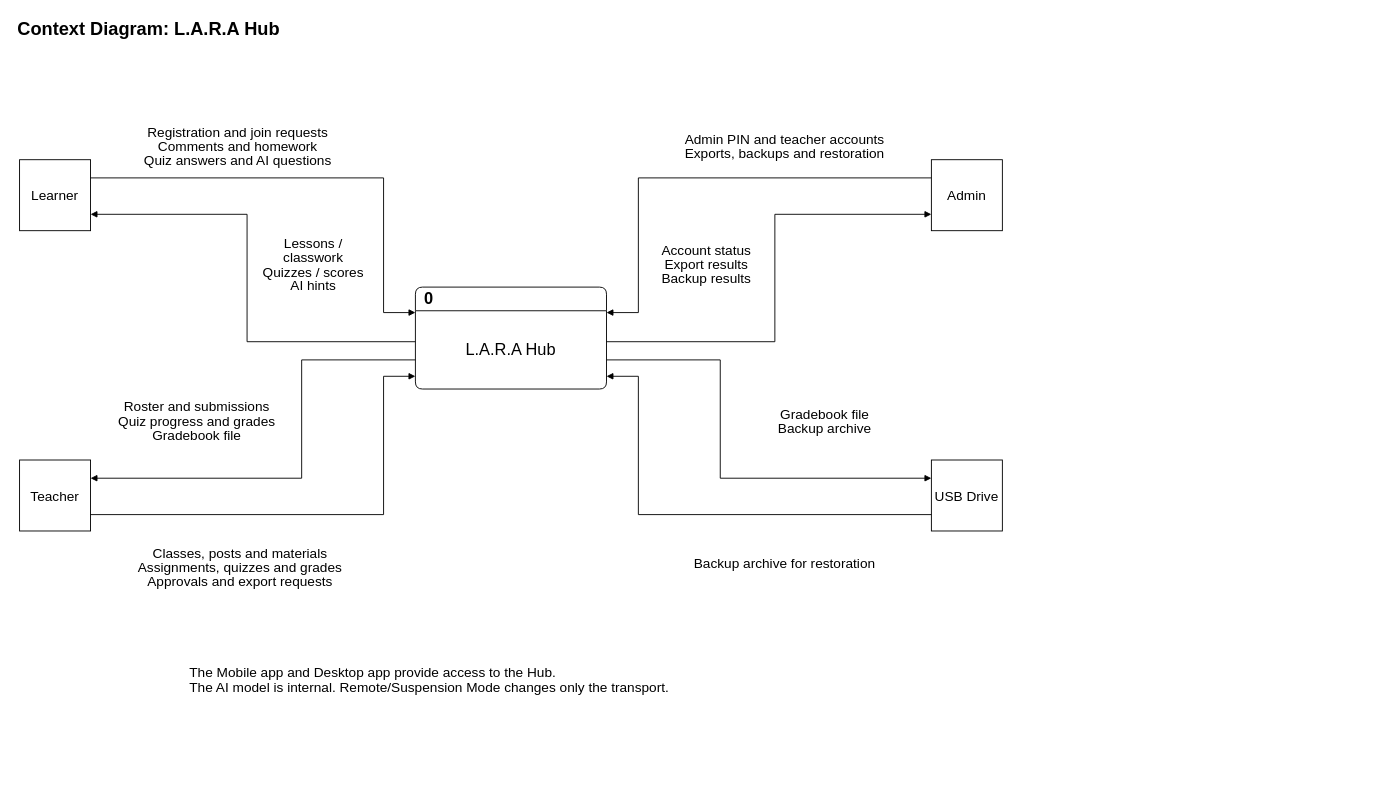
BootlegYouki/L.A.R.A keeps this draw.io diagram as docs/thesis/chapter-3/diagrams/context-diagram.drawio. Above is the earlier version. Source tidied: cells renumbered, new cells numbered last; positions are measured from the earlier drawing's top-left corner, leaving out a move shared by most shapes. Both pictures are drawn from the tidied source at 91%, with x=0, y=0 at pixel (15, 15).
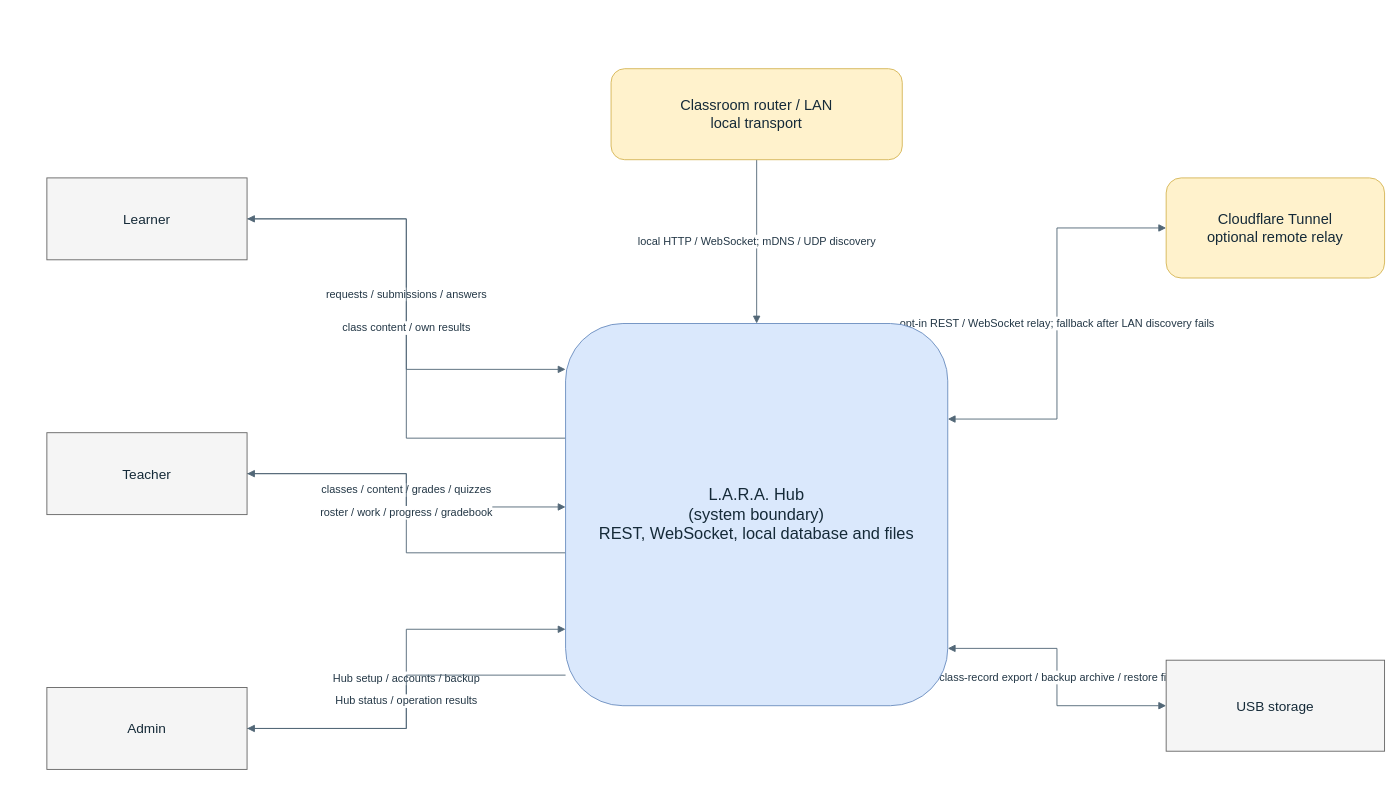
The same diagram, later.

What changed in the source:
```diff
@@
-<mxGraphModel background="#ffffff">
+<mxGraphModel>
@@
-    <mxCell id="2" value="&lt;div style=&quot;font-family:Arial;font-size:20px;line-height:1.05;&quot;&gt;Context Diagram: L.A.R.A Hub&lt;/div&gt;" style="html=1;whiteSpace=wrap;fontFamily=Arial;fontSize=20;fontColor=#000000;strokeColor=#000000;fillColor=#ffffff;text;strokeColor=none;fillColor=none;align=left;verticalAlign=middle;fontStyle=1;" parent="1" vertex="1">
-      <mxGeometry width="1088" height="30" as="geometry" />
-    </mxCell>
-    <mxCell id="3" value="&lt;div style=&quot;font-family:Arial;font-size:18px;line-height:1.05;&quot;&gt;0&lt;/div&gt;" style="html=1;whiteSpace=wrap;fontFamily=Arial;fontSize=18;fontColor=#000000;strokeColor=#000000;fillColor=#ffffff;swimlane;startSize=26;rounded=1;arcSize=10;align=left;spacingLeft=8;swimlaneFillColor=#ffffff;fontStyle=1;" parent="1" vertex="1">
-      <mxGeometry x="439" y="298" width="210" height="112" as="geometry" />
-    </mxCell>
-    <mxCell id="4" value="&lt;div style=&quot;font-family:Arial;font-size:18px;line-height:1.05;&quot;&gt;L.A.R.A Hub&lt;/div&gt;" style="html=1;whiteSpace=wrap;fontFamily=Arial;fontSize=18;fontColor=#000000;strokeColor=#000000;fillColor=#ffffff;text;strokeColor=none;fillColor=none;align=center;verticalAlign=middle;" parent="3" vertex="1">
-      <mxGeometry x="8" y="32" width="194" height="74" as="geometry" />
-    </mxCell>
+    <mxCell id="26" value="requests / submissions / answers" style="edgeStyle=orthogonalEdgeStyle;rounded=0;html=1;strokeColor=#526777;fontColor=#233746;fontSize=12;endArrow=block;endFill=1;labelBackgroundColor=#ffffff;exitX=1;exitY=0.5;entryX=0;entryY=0.12;" parent="1" edge="1" source="5" target="35">
+      <mxGeometry relative="1" as="geometry" />
+    </mxCell>
+    <mxCell id="27" value="class content / own results" style="edgeStyle=orthogonalEdgeStyle;rounded=0;html=1;strokeColor=#526777;fontColor=#233746;fontSize=12;endArrow=block;endFill=1;labelBackgroundColor=#ffffff;exitX=0;exitY=0.3;entryX=1;entryY=0.5;" parent="1" edge="1" source="35" target="5">
+      <mxGeometry relative="1" as="geometry" />
+    </mxCell>
+    <mxCell id="28" value="classes / content / grades / quizzes" style="edgeStyle=orthogonalEdgeStyle;rounded=0;html=1;strokeColor=#526777;fontColor=#233746;fontSize=12;endArrow=block;endFill=1;labelBackgroundColor=#ffffff;exitX=1;exitY=0.5;entryX=0;entryY=0.48;" parent="1" edge="1" source="6" target="35">
+      <mxGeometry relative="1" as="geometry" />
+    </mxCell>
+    <mxCell id="29" value="roster / work / progress / gradebook" style="edgeStyle=orthogonalEdgeStyle;rounded=0;html=1;strokeColor=#526777;fontColor=#233746;fontSize=12;endArrow=block;endFill=1;labelBackgroundColor=#ffffff;exitX=0;exitY=0.6;entryX=1;entryY=0.5;" parent="1" edge="1" source="35" target="6">
+      <mxGeometry relative="1" as="geometry" />
+    </mxCell>
+    <mxCell id="30" value="Hub setup / accounts / backup" style="edgeStyle=orthogonalEdgeStyle;rounded=0;html=1;strokeColor=#526777;fontColor=#233746;fontSize=12;endArrow=block;endFill=1;labelBackgroundColor=#ffffff;exitX=1;exitY=0.5;entryX=0;entryY=0.8;" parent="1" edge="1" source="7" target="35">
+      <mxGeometry relative="1" as="geometry" />
+    </mxCell>
+    <mxCell id="31" value="Hub status / operation results" style="edgeStyle=orthogonalEdgeStyle;rounded=0;html=1;strokeColor=#526777;fontColor=#233746;fontSize=12;endArrow=block;endFill=1;labelBackgroundColor=#ffffff;exitX=0;exitY=0.92;entryX=1;entryY=0.5;" parent="1" edge="1" source="35" target="7">
+      <mxGeometry relative="1" as="geometry" />
+    </mxCell>
+    <mxCell id="32" value="local HTTP / WebSocket; mDNS / UDP discovery" style="edgeStyle=orthogonalEdgeStyle;rounded=0;html=1;strokeColor=#526777;fontColor=#233746;fontSize=12;endArrow=block;endFill=1;labelBackgroundColor=#ffffff;exitX=0.5;exitY=1;entryX=0.5;entryY=0;" parent="1" edge="1" source="38" target="35">
+      <mxGeometry relative="1" as="geometry" />
+    </mxCell>
+    <mxCell id="33" value="opt-in REST / WebSocket relay; fallback after LAN discovery fails" style="edgeStyle=orthogonalEdgeStyle;rounded=0;html=1;strokeColor=#526777;fontColor=#233746;fontSize=12;startArrow=block;endArrow=block;startFill=1;endFill=1;labelBackgroundColor=#ffffff;exitX=0;exitY=0.5;entryX=1;entryY=0.25;" parent="1" edge="1" source="37" target="35">
+      <mxGeometry relative="1" as="geometry" />
+    </mxCell>
+    <mxCell id="34" value="class-record export / backup archive / restore file" style="edgeStyle=orthogonalEdgeStyle;rounded=0;html=1;strokeColor=#526777;fontColor=#233746;fontSize=12;startArrow=block;endArrow=block;startFill=1;endFill=1;labelBackgroundColor=#ffffff;exitX=1;exitY=0.85;entryX=0;entryY=0.5;" parent="1" edge="1" source="35" target="36">
+      <mxGeometry relative="1" as="geometry" />
+    </mxCell>
-    <mxCell id="5" value="&lt;div style=&quot;font-family:Arial;font-size:15px;line-height:1.05;&quot;&gt;Learner&lt;/div&gt;" style="html=1;whiteSpace=wrap;fontFamily=Arial;fontSize=15;fontColor=#000000;strokeColor=#000000;fillColor=#ffffff;rounded=0;align=center;verticalAlign=middle;" parent="1" vertex="1">
-      <mxGeometry x="4" y="158" width="78" height="78" as="geometry" />
+    <mxCell id="5" value="Learner" style="rounded=0;whiteSpace=wrap;html=1;fillColor=#f5f5f5;strokeColor=#666666;fontColor=#152a38;fontSize=15;align=center;verticalAlign=middle;spacing=6;" parent="1" vertex="1">
+      <mxGeometry x="34" y="178" width="220" height="90" as="geometry" />
     </mxCell>
-    <mxCell id="6" value="&lt;div style=&quot;font-family:Arial;font-size:15px;line-height:1.05;&quot;&gt;Teacher&lt;/div&gt;" style="html=1;whiteSpace=wrap;fontFamily=Arial;fontSize=15;fontColor=#000000;strokeColor=#000000;fillColor=#ffffff;rounded=0;align=center;verticalAlign=middle;" parent="1" vertex="1">
-      <mxGeometry x="4" y="488" width="78" height="78" as="geometry" />
+    <mxCell id="6" value="Teacher" style="rounded=0;whiteSpace=wrap;html=1;fillColor=#f5f5f5;strokeColor=#666666;fontColor=#152a38;fontSize=15;align=center;verticalAlign=middle;spacing=6;" parent="1" vertex="1">
+      <mxGeometry x="34" y="458" width="220" height="90" as="geometry" />
     </mxCell>
-    <mxCell id="7" value="&lt;div style=&quot;font-family:Arial;font-size:15px;line-height:1.05;&quot;&gt;Admin&lt;/div&gt;" style="html=1;whiteSpace=wrap;fontFamily=Arial;fontSize=15;fontColor=#000000;strokeColor=#000000;fillColor=#ffffff;rounded=0;align=center;verticalAlign=middle;" parent="1" vertex="1">
-      <mxGeometry x="1006" y="158" width="78" height="78" as="geometry" />
+    <mxCell id="7" value="Admin" style="rounded=0;whiteSpace=wrap;html=1;fillColor=#f5f5f5;strokeColor=#666666;fontColor=#152a38;fontSize=15;align=center;verticalAlign=middle;spacing=6;" parent="1" vertex="1">
+      <mxGeometry x="34" y="738" width="220" height="90" as="geometry" />
     </mxCell>
-    <mxCell id="8" value="&lt;div style=&quot;font-family:Arial;font-size:15px;line-height:1.05;&quot;&gt;USB Drive&lt;/div&gt;" style="html=1;whiteSpace=wrap;fontFamily=Arial;fontSize=15;fontColor=#000000;strokeColor=#000000;fillColor=#ffffff;rounded=0;align=center;verticalAlign=middle;" parent="1" vertex="1">
-      <mxGeometry x="1006" y="488" width="78" height="78" as="geometry" />
-    </mxCell>
-    <mxCell id="9" style="edgeStyle=none;noEdgeStyle=1;rounded=0;html=1;jettySize=auto;strokeColor=#000000;strokeWidth=1;fillColor=#ffffff;fontColor=#000000;fontFamily=Arial;fontSize=15;exitX=1;exitY=0.2564102564;entryX=0;entryY=0.25;exitPerimeter=0;entryPerimeter=0;startArrow=none;endArrow=block;endFill=1;startSize=5;endSize=5;" parent="1" edge="1" source="5" target="3">
-      <mxGeometry relative="1" as="geometry">
-        <Array as="points">
-          <mxPoint x="404" y="178" />
-          <mxPoint x="404" y="326" />
-        </Array>
-      </mxGeometry>
-    </mxCell>
-    <mxCell id="10" value="&lt;div style=&quot;font-family:Arial;font-size:15px;line-height:1.05;&quot;&gt;Registration and join requests&lt;br&gt;Comments and homework&lt;br&gt;Quiz answers and AI questions&lt;/div&gt;" style="html=1;whiteSpace=wrap;fontFamily=Arial;fontSize=15;fontColor=#000000;strokeColor=#000000;fillColor=#ffffff;text;strokeColor=none;fillColor=#ffffff;align=center;verticalAlign=middle;" parent="1" vertex="1">
-      <mxGeometry x="104" y="113" width="280" height="60" as="geometry" />
-    </mxCell>
-    <mxCell id="11" style="edgeStyle=none;noEdgeStyle=1;rounded=0;html=1;jettySize=auto;strokeColor=#000000;strokeWidth=1;fillColor=#ffffff;fontColor=#000000;fontFamily=Arial;fontSize=15;exitX=0;exitY=0.5357142857;entryX=1;entryY=0.7692307692;exitPerimeter=0;entryPerimeter=0;startArrow=none;endArrow=block;endFill=1;startSize=5;endSize=5;" parent="1" edge="1" source="3" target="5">
-      <mxGeometry relative="1" as="geometry">
-        <Array as="points">
-          <mxPoint x="254" y="358" />
-          <mxPoint x="254" y="218" />
-        </Array>
-      </mxGeometry>
-    </mxCell>
-    <mxCell id="12" value="&lt;div style=&quot;font-family:Arial;font-size:15px;line-height:1.05;&quot;&gt;Lessons / classwork&lt;br&gt;Quizzes / scores&lt;br&gt;AI hints&lt;/div&gt;" style="html=1;whiteSpace=wrap;fontFamily=Arial;fontSize=15;fontColor=#000000;strokeColor=#000000;fillColor=#ffffff;text;strokeColor=none;fillColor=#ffffff;align=center;verticalAlign=middle;" parent="1" vertex="1">
-      <mxGeometry x="264" y="238" width="126" height="70" as="geometry" />
-    </mxCell>
-    <mxCell id="13" style="edgeStyle=none;noEdgeStyle=1;rounded=0;html=1;jettySize=auto;strokeColor=#000000;strokeWidth=1;fillColor=#ffffff;fontColor=#000000;fontFamily=Arial;fontSize=15;exitX=1;exitY=0.7692307692;entryX=0;entryY=0.875;exitPerimeter=0;entryPerimeter=0;startArrow=none;endArrow=block;endFill=1;startSize=5;endSize=5;" parent="1" edge="1" source="6" target="3">
-      <mxGeometry relative="1" as="geometry">
-        <Array as="points">
-          <mxPoint x="404" y="548" />
-          <mxPoint x="404" y="396" />
-        </Array>
-      </mxGeometry>
-    </mxCell>
-    <mxCell id="14" value="&lt;div style=&quot;font-family:Arial;font-size:15px;line-height:1.05;&quot;&gt;Classes, posts and materials&lt;br&gt;Assignments, quizzes and grades&lt;br&gt;Approvals and export requests&lt;/div&gt;" style="html=1;whiteSpace=wrap;fontFamily=Arial;fontSize=15;fontColor=#000000;strokeColor=#000000;fillColor=#ffffff;text;strokeColor=none;fillColor=#ffffff;align=center;verticalAlign=middle;" parent="1" vertex="1">
-      <mxGeometry x="104" y="573" width="285" height="65" as="geometry" />
-    </mxCell>
-    <mxCell id="15" style="edgeStyle=none;noEdgeStyle=1;rounded=0;html=1;jettySize=auto;strokeColor=#000000;strokeWidth=1;fillColor=#ffffff;fontColor=#000000;fontFamily=Arial;fontSize=15;exitX=0;exitY=0.7142857143;entryX=1;entryY=0.2564102564;exitPerimeter=0;entryPerimeter=0;startArrow=none;endArrow=block;endFill=1;startSize=5;endSize=5;" parent="1" edge="1" source="3" target="6">
-      <mxGeometry relative="1" as="geometry">
-        <Array as="points">
-          <mxPoint x="314" y="378" />
-          <mxPoint x="314" y="508" />
-        </Array>
-      </mxGeometry>
-    </mxCell>
-    <mxCell id="16" value="&lt;div style=&quot;font-family:Arial;font-size:15px;line-height:1.05;&quot;&gt;Roster and submissions&lt;br&gt;Quiz progress and grades&lt;br&gt;Gradebook file&lt;/div&gt;" style="html=1;whiteSpace=wrap;fontFamily=Arial;fontSize=15;fontColor=#000000;strokeColor=#000000;fillColor=#ffffff;text;strokeColor=none;fillColor=#ffffff;align=center;verticalAlign=middle;" parent="1" vertex="1">
-      <mxGeometry x="99" y="412" width="200" height="66" as="geometry" />
-    </mxCell>
-    <mxCell id="17" style="edgeStyle=none;noEdgeStyle=1;rounded=0;html=1;jettySize=auto;strokeColor=#000000;strokeWidth=1;fillColor=#ffffff;fontColor=#000000;fontFamily=Arial;fontSize=15;exitX=0;exitY=0.2564102564;entryX=1;entryY=0.25;exitPerimeter=0;entryPerimeter=0;startArrow=none;endArrow=block;endFill=1;startSize=5;endSize=5;" parent="1" edge="1" source="7" target="3">
-      <mxGeometry relative="1" as="geometry">
-        <Array as="points">
-          <mxPoint x="684" y="178" />
-          <mxPoint x="684" y="326" />
-        </Array>
-      </mxGeometry>
-    </mxCell>
-    <mxCell id="18" value="&lt;div style=&quot;font-family:Arial;font-size:15px;line-height:1.05;&quot;&gt;Admin PIN and teacher accounts&lt;br&gt;Exports, backups and restoration&lt;/div&gt;" style="html=1;whiteSpace=wrap;fontFamily=Arial;fontSize=15;fontColor=#000000;strokeColor=#000000;fillColor=#ffffff;text;strokeColor=none;fillColor=#ffffff;align=center;verticalAlign=middle;" parent="1" vertex="1">
-      <mxGeometry x="704" y="113" width="282" height="60" as="geometry" />
-    </mxCell>
-    <mxCell id="19" style="edgeStyle=none;noEdgeStyle=1;rounded=0;html=1;jettySize=auto;strokeColor=#000000;strokeWidth=1;fillColor=#ffffff;fontColor=#000000;fontFamily=Arial;fontSize=15;exitX=1;exitY=0.5357142857;entryX=0;entryY=0.7692307692;exitPerimeter=0;entryPerimeter=0;startArrow=none;endArrow=block;endFill=1;startSize=5;endSize=5;" parent="1" edge="1" source="3" target="7">
-      <mxGeometry relative="1" as="geometry">
-        <Array as="points">
-          <mxPoint x="834" y="358" />
-          <mxPoint x="834" y="218" />
-        </Array>
-      </mxGeometry>
-    </mxCell>
-    <mxCell id="20" value="&lt;div style=&quot;font-family:Arial;font-size:15px;line-height:1.05;&quot;&gt;Account status&lt;br&gt;Export results&lt;br&gt;Backup results&lt;/div&gt;" style="html=1;whiteSpace=wrap;fontFamily=Arial;fontSize=15;fontColor=#000000;strokeColor=#000000;fillColor=#ffffff;text;strokeColor=none;fillColor=#ffffff;align=center;verticalAlign=middle;" parent="1" vertex="1">
-      <mxGeometry x="698" y="238" width="122" height="70" as="geometry" />
-    </mxCell>
-    <mxCell id="21" style="edgeStyle=none;noEdgeStyle=1;rounded=0;html=1;jettySize=auto;strokeColor=#000000;strokeWidth=1;fillColor=#ffffff;fontColor=#000000;fontFamily=Arial;fontSize=15;exitX=1;exitY=0.7142857143;entryX=0;entryY=0.2564102564;exitPerimeter=0;entryPerimeter=0;startArrow=none;endArrow=block;endFill=1;startSize=5;endSize=5;" parent="1" edge="1" source="3" target="8">
-      <mxGeometry relative="1" as="geometry">
-        <Array as="points">
-          <mxPoint x="774" y="378" />
-          <mxPoint x="774" y="508" />
-        </Array>
-      </mxGeometry>
-    </mxCell>
-    <mxCell id="22" value="&lt;div style=&quot;font-family:Arial;font-size:15px;line-height:1.05;&quot;&gt;Gradebook file&lt;br&gt;Backup archive&lt;/div&gt;" style="html=1;whiteSpace=wrap;fontFamily=Arial;fontSize=15;fontColor=#000000;strokeColor=#000000;fillColor=#ffffff;text;strokeColor=none;fillColor=#ffffff;align=center;verticalAlign=middle;" parent="1" vertex="1">
-      <mxGeometry x="789" y="412" width="200" height="66" as="geometry" />
-    </mxCell>
-    <mxCell id="23" style="edgeStyle=none;noEdgeStyle=1;rounded=0;html=1;jettySize=auto;strokeColor=#000000;strokeWidth=1;fillColor=#ffffff;fontColor=#000000;fontFamily=Arial;fontSize=15;exitX=0;exitY=0.7692307692;entryX=1;entryY=0.875;exitPerimeter=0;entryPerimeter=0;startArrow=none;endArrow=block;endFill=1;startSize=5;endSize=5;" parent="1" edge="1" source="8" target="3">
-      <mxGeometry relative="1" as="geometry">
-        <Array as="points">
-          <mxPoint x="684" y="548" />
-          <mxPoint x="684" y="396" />
-        </Array>
-      </mxGeometry>
-    </mxCell>
-    <mxCell id="24" value="&lt;div style=&quot;font-family:Arial;font-size:15px;line-height:1.05;&quot;&gt;Backup archive for restoration&lt;/div&gt;" style="html=1;whiteSpace=wrap;fontFamily=Arial;fontSize=15;fontColor=#000000;strokeColor=#000000;fillColor=#ffffff;text;strokeColor=none;fillColor=#ffffff;align=center;verticalAlign=middle;" parent="1" vertex="1">
-      <mxGeometry x="704" y="573" width="282" height="55" as="geometry" />
-    </mxCell>
-    <mxCell id="25" value="&lt;div style=&quot;font-family:Arial;font-size:15px;line-height:1.05;&quot;&gt;The Mobile app and Desktop app provide access to the Hub.&lt;br&gt;The AI model is internal. Remote/Suspension Mode changes only the transport.&lt;/div&gt;" style="html=1;whiteSpace=wrap;fontFamily=Arial;fontSize=15;fontColor=#000000;strokeColor=#000000;fillColor=#ffffff;text;strokeColor=none;fillColor=none;align=left;verticalAlign=middle;" parent="1" vertex="1">
-      <mxGeometry x="189" y="703" width="710" height="52" as="geometry" />
-    </mxCell>
+    <mxCell id="35" value="L.A.R.A. Hub&#10;(system boundary)&#10;REST, WebSocket, local database and files" style="rounded=1;whiteSpace=wrap;html=1;fillColor=#dae8fc;strokeColor=#6c8ebf;fontColor=#152a38;fontSize=18;align=center;verticalAlign=middle;spacing=10;" parent="1" vertex="1">
+      <mxGeometry x="604" y="338" width="420" height="420" as="geometry" />
+    </mxCell>
+    <mxCell id="36" value="USB storage" style="rounded=0;whiteSpace=wrap;html=1;fillColor=#f5f5f5;strokeColor=#666666;fontColor=#152a38;fontSize=15;align=center;verticalAlign=middle;spacing=6;" parent="1" vertex="1">
+      <mxGeometry x="1264" y="708" width="240" height="100" as="geometry" />
+    </mxCell>
+    <mxCell id="37" value="Cloudflare Tunnel&#10;optional remote relay" style="rounded=1;whiteSpace=wrap;html=1;fillColor=#fff2cc;strokeColor=#d6b656;fontColor=#152a38;fontSize=16;align=center;verticalAlign=middle;spacing=8;" parent="1" vertex="1">
+      <mxGeometry x="1264" y="178" width="240" height="110" as="geometry" />
+    </mxCell>
+    <mxCell id="38" value="Classroom router / LAN&#10;local transport" style="rounded=1;whiteSpace=wrap;html=1;fillColor=#fff2cc;strokeColor=#d6b656;fontColor=#152a38;fontSize=16;align=center;verticalAlign=middle;spacing=8;" parent="1" vertex="1">
+      <mxGeometry x="654" y="58" width="320" height="100" as="geometry" />
+    </mxCell>
```
